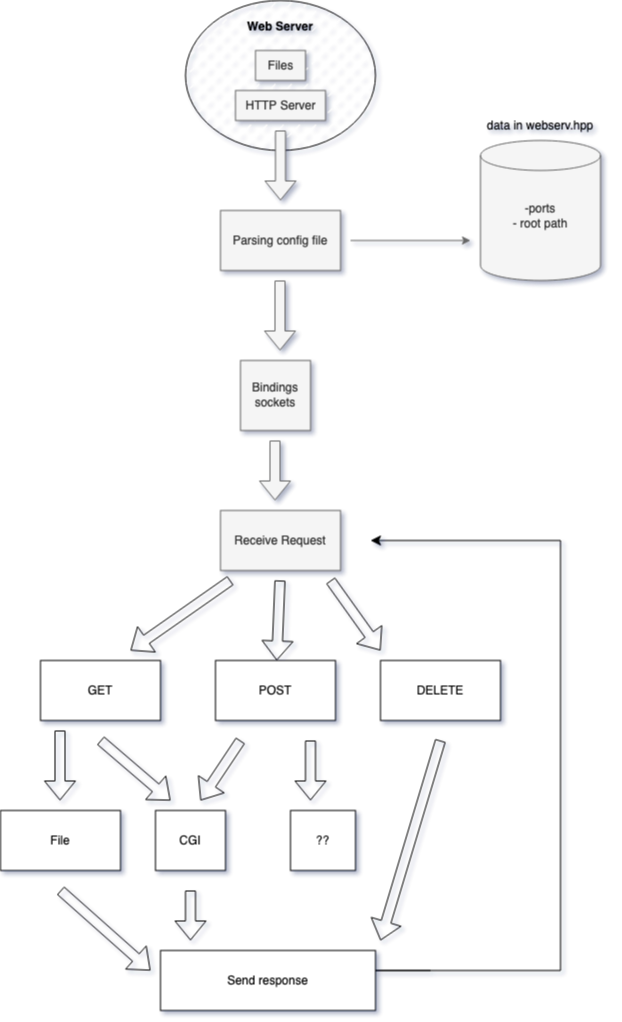
Above: Diagram Webserv.drawio.png in es4nchez/webserv (draw.io), before the change. Source tidied: cells renumbered, new cells last; positions are measured from the earlier drawing's top-left corner, leaving out a move shared by most shapes.
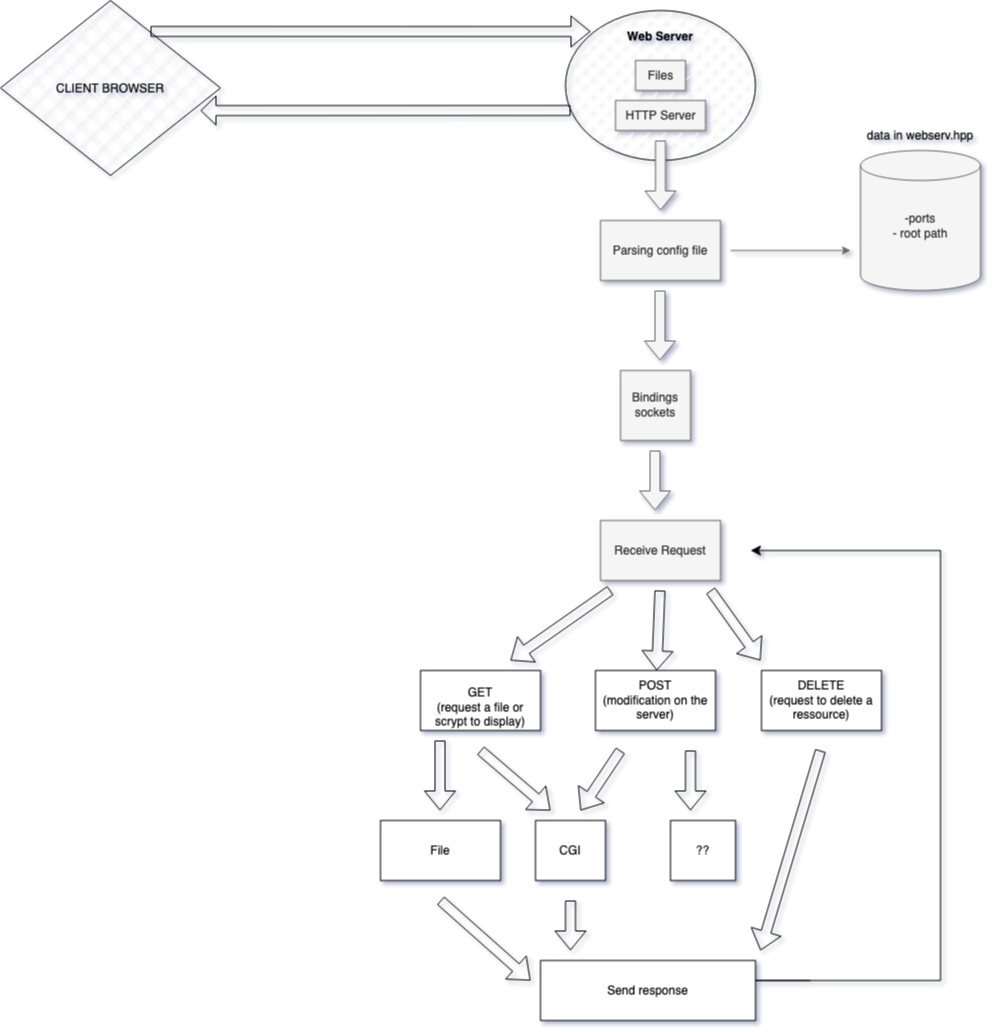
The same file after the commit.

Commit message:
Mettre à jour Diagram Webserv.drawio.png

What changed in the source:
```diff
@@ -64,14 +64,14 @@
         <mxPoint x="380" y="650" as="targetPoint" />
       </mxGeometry>
     </mxCell>
-    <mxCell id="16" value="&lt;div&gt;POST&lt;/div&gt;" style="rounded=0;whiteSpace=wrap;html=1;" parent="1" vertex="1">
+    <mxCell id="16" value="&lt;div&gt;POST&lt;/div&gt;&lt;div&gt;(modification on the server)&lt;br&gt;&lt;/div&gt;" style="rounded=0;whiteSpace=wrap;html=1;" parent="1" vertex="1">
       <mxGeometry x="215" y="660" width="120" height="60" as="geometry" />
     </mxCell>
-    <mxCell id="17" value="&lt;div&gt;&lt;br&gt;&lt;/div&gt;&lt;div&gt;GET&lt;/div&gt;&lt;div&gt;&lt;br&gt;&lt;/div&gt;" style="rounded=0;whiteSpace=wrap;html=1;" parent="1" vertex="1">
+    <mxCell id="17" value="&lt;div&gt;&lt;br&gt;&lt;/div&gt;&lt;div&gt;GET&lt;/div&gt;&lt;div&gt;(request a file or scrypt to display)&lt;br&gt;&lt;/div&gt;" style="rounded=0;whiteSpace=wrap;html=1;" parent="1" vertex="1">
       <mxGeometry x="40" y="660" width="120" height="60" as="geometry" />
     </mxCell>
-    <mxCell id="18" value="DELETE" style="rounded=0;whiteSpace=wrap;html=1;" parent="1" vertex="1">
-      <mxGeometry x="380" y="660" width="120" height="60" as="geometry" />
+    <mxCell id="18" value="&lt;div&gt;DELETE&lt;/div&gt;(request to delete a ressource)" style="rounded=0;whiteSpace=wrap;html=1;" parent="1" vertex="1">
+      <mxGeometry x="381" y="660" width="120" height="60" as="geometry" />
     </mxCell>
     <mxCell id="19" style="shape=flexArrow;endArrow=classic;html=1;rounded=0;" parent="1" edge="1">
       <mxGeometry relative="1" as="geometry">
@@ -96,18 +96,31 @@
     <mxCell id="22" value="HTTP Server" style="text;html=1;align=center;verticalAlign=middle;strokeColor=#666666;fillColor=#f5f5f5;fontColor=#333333;" parent="1" vertex="1">
       <mxGeometry x="235" y="90" width="90" height="30" as="geometry" />
     </mxCell>
+    <mxCell id="32" value="CLIENT BROWSER" style="rhombus;whiteSpace=wrap;html=1;fillStyle=cross-hatch;" parent="1" vertex="1">
+      <mxGeometry x="-380" y="-10" width="220" height="175" as="geometry" />
+    </mxCell>
     <mxCell id="23" style="shape=flexArrow;endArrow=classic;html=1;rounded=0;" parent="1" edge="1">
       <mxGeometry relative="1" as="geometry">
         <mxPoint x="240" y="740" as="sourcePoint" />
         <mxPoint x="200" y="800" as="targetPoint" />
       </mxGeometry>
     </mxCell>
+    <mxCell id="33" style="shape=flexArrow;endArrow=classic;html=1;rounded=0;exitX=0.682;exitY=0.177;exitDx=0;exitDy=0;exitPerimeter=0;" parent="1" edge="1" source="32">
+      <mxGeometry relative="1" as="geometry">
+        <mxPoint x="210" y="21" as="targetPoint" />
+      </mxGeometry>
+    </mxCell>
     <mxCell id="24" style="shape=flexArrow;endArrow=classic;html=1;rounded=0;" parent="1" edge="1">
       <mxGeometry relative="1" as="geometry">
         <mxPoint x="310" y="740" as="sourcePoint" />
         <mxPoint x="310" y="800" as="targetPoint" />
       </mxGeometry>
     </mxCell>
+    <mxCell id="34" style="shape=flexArrow;endArrow=classic;html=1;rounded=0;entryX=0.909;entryY=0.629;entryDx=0;entryDy=0;entryPerimeter=0;endWidth=18;endSize=4.67;" parent="1" edge="1" target="32">
+      <mxGeometry relative="1" as="geometry">
+        <mxPoint x="190" y="100" as="sourcePoint" />
+      </mxGeometry>
+    </mxCell>
     <mxCell id="25" value="CGI" style="rounded=0;whiteSpace=wrap;html=1;" parent="1" vertex="1">
       <mxGeometry x="155" y="810" width="70" height="60" as="geometry" />
     </mxCell>
```
